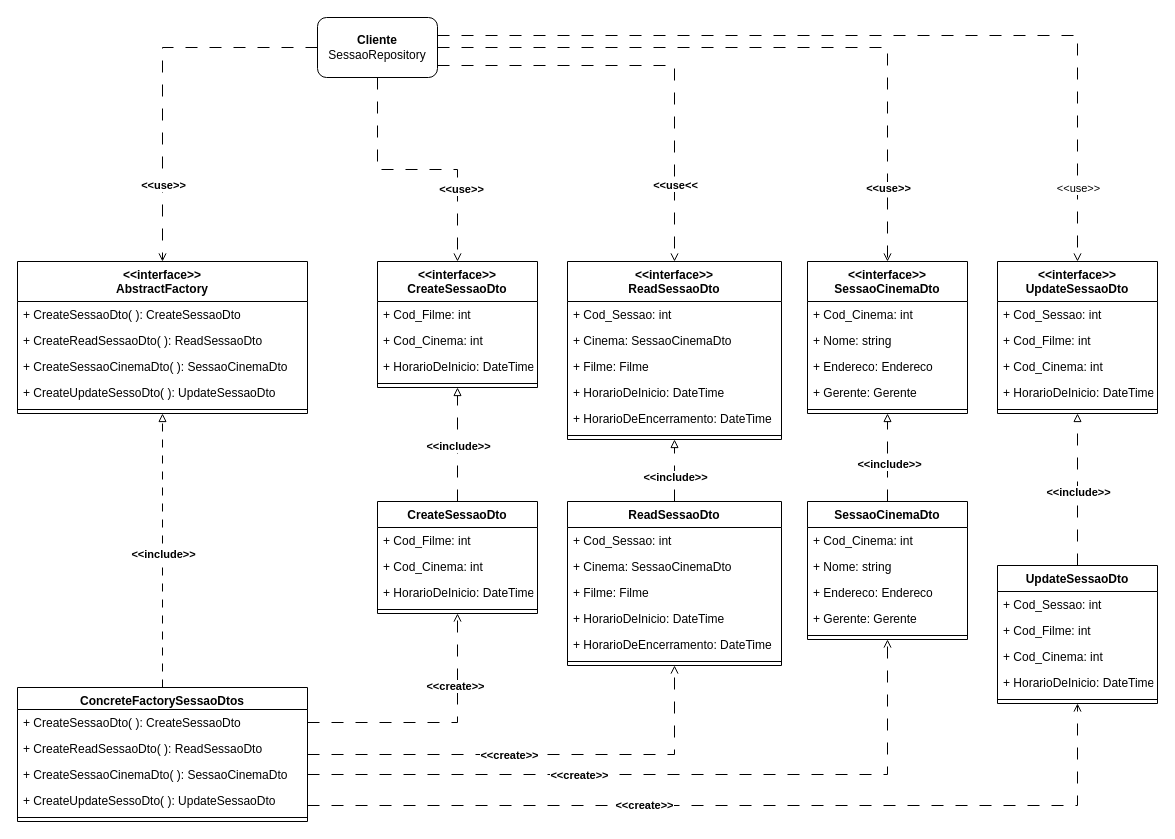
This is FilmesAPI.data/AbstractFactory/UML/FilmesApiAbstractFactoryUML.drawio from jvieira562/api-de-filmes-usando-csharp-e-dapper, a draw.io file, before an edit. Source tidied: cells renumbered, new cells numbered last; positions are measured from the earlier drawing's top-left corner, leaving out a move shared by most shapes. Both pictures are drawn from the tidied source at 100%, with x=0, y=0 at pixel (17, 17).
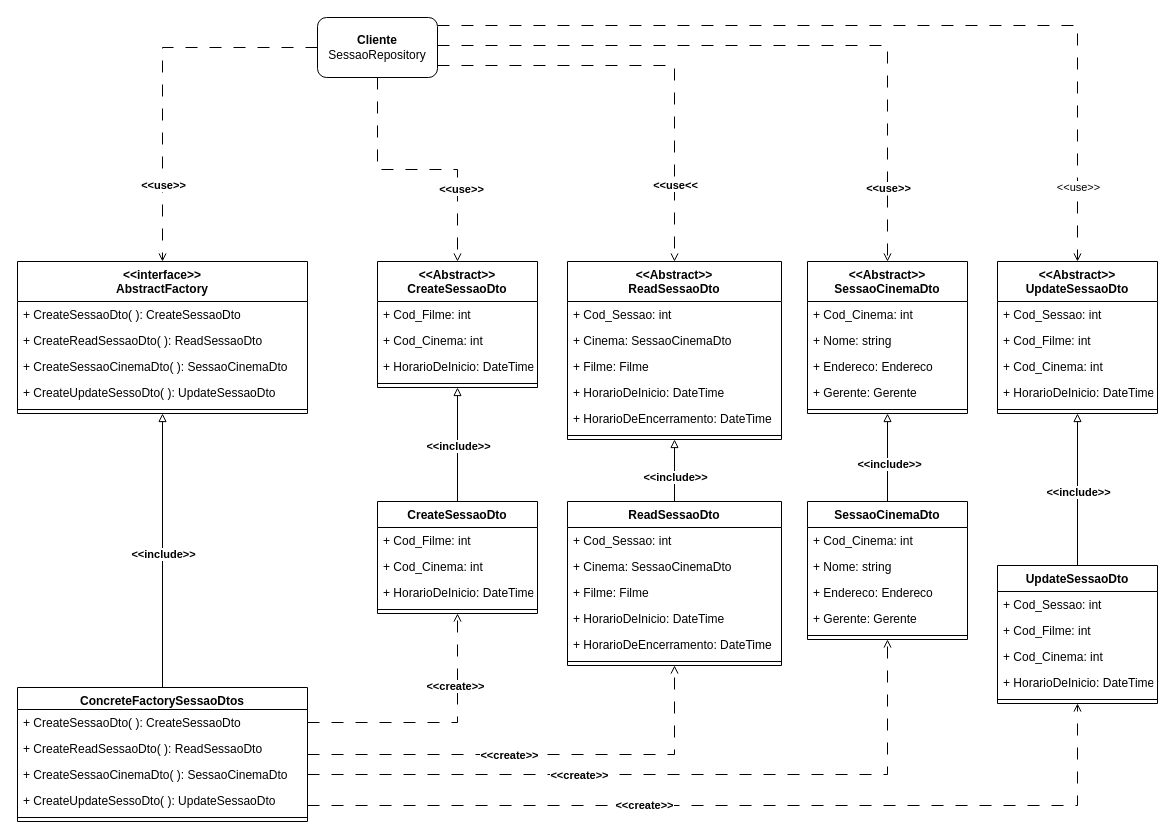
The same page after the edit.

Commit message (it also covers changes not shown here):
Adicionando documento de uml em png.

The change refers to these unchanged cells:
```xml
<mxCell id="2" value="&lt;&lt;interface&gt;&gt;&#10;AbstractFactory&#10;" style="swimlane;fontStyle=1;align=center;verticalAlign=top;horizontal=1;startSize=40;" parent="1" vertex="1">
  <mxGeometry y="244" width="290" height="152" as="geometry" />
</mxCell>
<mxCell id="14" value="ConcreteFactorySessaoDtos" style="swimlane;fontStyle=1;align=center;verticalAlign=top;horizontal=1;startSize=22;" parent="1" vertex="1">
  <mxGeometry y="670" width="290" height="134" as="geometry" />
</mxCell>
<mxCell id="46" value="ReadSessaoDto" style="swimlane;fontStyle=1;align=center;verticalAlign=top;horizontal=1;startSize=26;fontSize=12;" parent="1" vertex="1">
  <mxGeometry x="550" y="484" width="214" height="164" as="geometry" />
</mxCell>
<mxCell id="55" value="CreateSessaoDto" style="swimlane;fontStyle=1;align=center;verticalAlign=top;horizontal=1;startSize=26;fontSize=12;" parent="1" vertex="1">
  <mxGeometry x="360" y="484" width="160" height="112" as="geometry" />
</mxCell>
<mxCell id="62" value="UpdateSessaoDto" style="swimlane;fontStyle=1;align=center;verticalAlign=top;horizontal=1;startSize=26;fontSize=12;" parent="1" vertex="1">
  <mxGeometry x="980" y="548" width="160" height="138" as="geometry" />
</mxCell>
<mxCell id="70" value="SessaoCinemaDto" style="swimlane;fontStyle=1;align=center;verticalAlign=top;horizontal=1;startSize=26;fontSize=12;" parent="1" vertex="1">
  <mxGeometry x="790" y="484" width="160" height="138" as="geometry" />
</mxCell>
<mxCell id="86" value="&lt;b&gt;Cliente&lt;/b&gt;&lt;br&gt;SessaoRepository" style="rounded=1;whiteSpace=wrap;html=1;" parent="1" vertex="1">
  <mxGeometry x="300" width="120" height="60" as="geometry" />
</mxCell>
```

Change to the diagram source:
```diff
@@
-    <mxCell id="8" style="rounded=0;jettySize=auto;html=1;fontSize=18;endArrow=block;endFill=0;dashed=1;jumpStyle=none;dashPattern=8 8;entryX=0.5;entryY=1;entryDx=0;entryDy=0;" parent="1" edge="1" source="14" target="2">
+    <mxCell id="8" style="rounded=0;jettySize=auto;html=1;fontSize=18;endArrow=block;endFill=0;jumpStyle=none;entryX=0.5;entryY=1;entryDx=0;entryDy=0;" parent="1" edge="1" source="14" target="2">
       <mxGeometry relative="1" as="geometry" />
     </mxCell>
@@
-    <mxCell id="20" value="&lt;&lt;interface&gt;&gt;&#10;ReadSessaoDto" style="swimlane;fontStyle=1;align=center;verticalAlign=top;horizontal=1;startSize=40;fontSize=12;" parent="1" vertex="1">
+    <mxCell id="20" value="&lt;&lt;Abstract&gt;&gt;&#10;ReadSessaoDto" style="swimlane;fontStyle=1;align=center;verticalAlign=top;horizontal=1;startSize=40;fontSize=12;" parent="1" vertex="1">
       <mxGeometry x="550" y="244" width="214" height="178" as="geometry" />
     </mxCell>
@@
-    <mxCell id="27" value="&lt;&lt;interface&gt;&gt;&#10;CreateSessaoDto" style="swimlane;fontStyle=1;align=center;verticalAlign=top;horizontal=1;startSize=40;fontSize=12;" parent="1" vertex="1">
+    <mxCell id="27" value="&lt;&lt;Abstract&gt;&gt;&#10;CreateSessaoDto" style="swimlane;fontStyle=1;align=center;verticalAlign=top;horizontal=1;startSize=40;fontSize=12;" parent="1" vertex="1">
       <mxGeometry x="360" y="244" width="160" height="126" as="geometry" />
     </mxCell>
@@
-    <mxCell id="32" value="&lt;&lt;interface&gt;&gt;&#10;UpdateSessaoDto" style="swimlane;fontStyle=1;align=center;verticalAlign=top;horizontal=1;startSize=40;fontSize=12;" parent="1" vertex="1">
+    <mxCell id="32" value="&lt;&lt;Abstract&gt;&gt;&#10;UpdateSessaoDto" style="swimlane;fontStyle=1;align=center;verticalAlign=top;horizontal=1;startSize=40;fontSize=12;" parent="1" vertex="1">
       <mxGeometry x="980" y="244" width="160" height="152" as="geometry" />
     </mxCell>
@@
-    <mxCell id="38" value="&lt;&lt;interface&gt;&gt;&#10;SessaoCinemaDto" style="swimlane;fontStyle=1;align=center;verticalAlign=top;horizontal=1;startSize=40;fontSize=12;" parent="1" vertex="1">
+    <mxCell id="38" value="&lt;&lt;Abstract&gt;&gt;&#10;SessaoCinemaDto" style="swimlane;fontStyle=1;align=center;verticalAlign=top;horizontal=1;startSize=40;fontSize=12;" parent="1" vertex="1">
       <mxGeometry x="790" y="244" width="160" height="152" as="geometry" />
     </mxCell>
@@
-    <mxCell id="44" style="edgeStyle=none;rounded=0;jettySize=auto;html=1;entryX=0.5;entryY=1;entryDx=0;entryDy=0;dashed=1;dashPattern=12 12;endArrow=block;endFill=0;" parent="1" edge="1" source="46" target="20">
+    <mxCell id="44" style="edgeStyle=none;rounded=0;jettySize=auto;html=1;entryX=0.5;entryY=1;entryDx=0;entryDy=0;endArrow=block;endFill=0;" parent="1" edge="1" source="46" target="20">
       <mxGeometry relative="1" as="geometry" />
     </mxCell>
@@
-    <mxCell id="53" style="rounded=0;jettySize=auto;html=1;entryX=0.5;entryY=1;entryDx=0;entryDy=0;dashed=1;dashPattern=12 12;endArrow=block;endFill=0;" parent="1" edge="1" source="55" target="27">
+    <mxCell id="53" style="rounded=0;jettySize=auto;html=1;entryX=0.5;entryY=1;entryDx=0;entryDy=0;endArrow=block;endFill=0;" parent="1" edge="1" source="55" target="27">
       <mxGeometry relative="1" as="geometry" />
     </mxCell>
@@
-    <mxCell id="60" style="edgeStyle=none;rounded=0;jettySize=auto;html=1;entryX=0.5;entryY=1;entryDx=0;entryDy=0;dashed=1;dashPattern=12 12;endArrow=block;endFill=0;" parent="1" edge="1" source="62" target="32">
+    <mxCell id="60" style="edgeStyle=none;rounded=0;jettySize=auto;html=1;entryX=0.5;entryY=1;entryDx=0;entryDy=0;endArrow=block;endFill=0;" parent="1" edge="1" source="62" target="32">
       <mxGeometry relative="1" as="geometry" />
     </mxCell>
@@
-    <mxCell id="68" style="edgeStyle=none;rounded=0;jettySize=auto;html=1;entryX=0.5;entryY=1;entryDx=0;entryDy=0;dashed=1;dashPattern=12 12;endArrow=block;endFill=0;" parent="1" edge="1" source="70" target="38">
+    <mxCell id="68" style="edgeStyle=none;rounded=0;jettySize=auto;html=1;entryX=0.5;entryY=1;entryDx=0;entryDy=0;endArrow=block;endFill=0;" parent="1" edge="1" source="70" target="38">
       <mxGeometry relative="1" as="geometry" />
     </mxCell>
@@
     <mxCell id="76" style="edgeStyle=orthogonalEdgeStyle;rounded=0;jettySize=auto;html=1;entryX=0.5;entryY=0;entryDx=0;entryDy=0;dashed=1;dashPattern=12 12;endArrow=open;endFill=0;" parent="1" edge="1" source="86" target="38">
-      <mxGeometry relative="1" as="geometry" />
+      <mxGeometry relative="1" as="geometry">
+        <Array as="points">
+          <mxPoint x="870" y="28" />
+        </Array>
+      </mxGeometry>
     </mxCell>
@@
     <mxCell id="84" style="edgeStyle=orthogonalEdgeStyle;rounded=0;jettySize=auto;html=1;entryX=0.5;entryY=0;entryDx=0;entryDy=0;dashed=1;dashPattern=12 12;endArrow=open;endFill=0;" parent="1" edge="1" source="86" target="32">
       <mxGeometry relative="1" as="geometry">
         <Array as="points">
-          <mxPoint x="1060" y="18" />
+          <mxPoint x="1060" y="8" />
         </Array>
       </mxGeometry>
     </mxCell>
```
